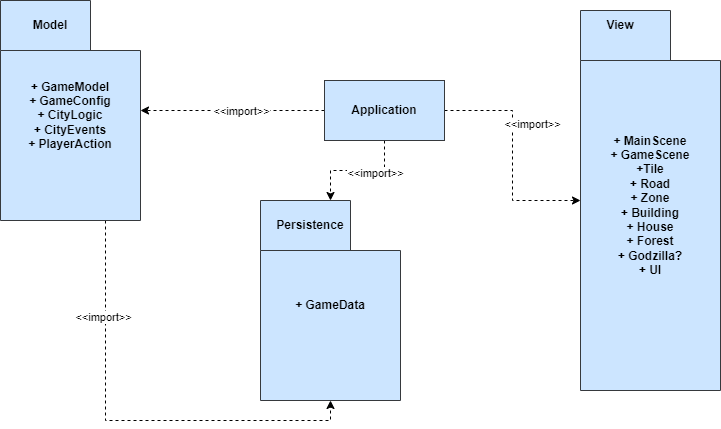
Earlier version of the draw.io export Documentation/diagrams/package_diagram.png (K-Kristof-work/test). Source tidied: cells renumbered, new cells last; positions are measured from the earlier drawing's top-left corner, leaving out a move shared by most shapes. Its diagram source:
```xml
<mxGraphModel>
  <root>
    <mxCell id="0" />
    <mxCell id="1" parent="0" />
    <mxCell id="2" style="edgeStyle=orthogonalEdgeStyle;rounded=0;jettySize=auto;html=1;exitX=0.75;exitY=1;exitDx=0;exitDy=0;exitPerimeter=0;entryX=0.5;entryY=1;entryDx=0;entryDy=0;entryPerimeter=0;dashed=1;" parent="1" edge="1" source="4" target="15">
      <mxGeometry relative="1" as="geometry" />
    </mxCell>
    <mxCell id="3" value="&amp;lt;&amp;lt;import&amp;gt;&amp;gt;" style="edgeLabel;html=1;align=center;verticalAlign=middle;" parent="2" vertex="1">
      <mxGeometry x="-0.57" y="-3" relative="1" as="geometry" />
    </mxCell>
    <mxCell id="4" value="+ GameModel&lt;br&gt;+ GameConfig&lt;br&gt;+ CityLogic&lt;br&gt;+ CityEvents&lt;br&gt;+ PlayerAction" style="shape=folder;fontStyle=1;spacingTop=10;tabWidth=90;tabHeight=50;tabPosition=left;html=1;whiteSpace=wrap;fillColor=#cce5ff;strokeColor=#36393d;" parent="1" vertex="1">
      <mxGeometry width="140" height="220" as="geometry" />
    </mxCell>
    <mxCell id="5" value="&lt;b&gt;Model&lt;/b&gt;" style="text;html=1;strokeColor=none;fillColor=none;align=center;verticalAlign=middle;whiteSpace=wrap;rounded=0;" parent="1" vertex="1">
      <mxGeometry x="20" y="10" width="60" height="30" as="geometry" />
    </mxCell>
    <mxCell id="6" style="edgeStyle=orthogonalEdgeStyle;rounded=0;jettySize=auto;html=1;dashed=1;" parent="1" edge="1" source="12" target="4">
      <mxGeometry relative="1" as="geometry" />
    </mxCell>
    <mxCell id="7" value="&amp;lt;&amp;lt;import&amp;gt;&amp;gt;" style="edgeLabel;html=1;align=center;verticalAlign=middle;" parent="6" vertex="1">
      <mxGeometry x="-0.46" relative="1" as="geometry">
        <mxPoint x="-34" as="offset" />
      </mxGeometry>
    </mxCell>
    <mxCell id="8" style="edgeStyle=orthogonalEdgeStyle;rounded=0;jettySize=auto;html=1;dashed=1;" parent="1" edge="1" source="12" target="13">
      <mxGeometry relative="1" as="geometry" />
    </mxCell>
    <mxCell id="9" value="&amp;lt;&amp;lt;import&amp;gt;&amp;gt;" style="edgeLabel;html=1;align=center;verticalAlign=middle;" parent="8" vertex="1">
      <mxGeometry x="-0.29" y="1" relative="1" as="geometry">
        <mxPoint x="18" y="1" as="offset" />
      </mxGeometry>
    </mxCell>
    <mxCell id="10" style="edgeStyle=orthogonalEdgeStyle;rounded=0;jettySize=auto;html=1;dashed=1;" parent="1" edge="1" source="12" target="15">
      <mxGeometry relative="1" as="geometry" />
    </mxCell>
    <mxCell id="11" value="&amp;lt;&amp;lt;import&amp;gt;&amp;gt;" style="edgeLabel;html=1;align=center;verticalAlign=middle;" parent="10" vertex="1">
      <mxGeometry x="-0.31" y="2" relative="1" as="geometry" />
    </mxCell>
    <mxCell id="12" value="&lt;b&gt;Application&lt;/b&gt;" style="rounded=0;whiteSpace=wrap;html=1;fillColor=#cce5ff;strokeColor=#36393d;" parent="1" vertex="1">
      <mxGeometry x="324" y="80" width="120" height="60" as="geometry" />
    </mxCell>
    <mxCell id="13" value="+ MainScene&lt;br&gt;+ GameScene&lt;br&gt;+Tile&lt;br&gt;+ Road&lt;br&gt;+ Zone&lt;br&gt;+ Building&lt;br&gt;+ House&lt;br&gt;+ Forest&lt;br&gt;+ Godzilla?&lt;br&gt;+ UI" style="shape=folder;fontStyle=1;spacingTop=10;tabWidth=90;tabHeight=50;tabPosition=left;html=1;whiteSpace=wrap;fillColor=#cce5ff;strokeColor=#36393d;" parent="1" vertex="1">
      <mxGeometry x="580" y="10" width="140" height="380" as="geometry" />
    </mxCell>
    <mxCell id="14" value="&lt;b&gt;View&lt;/b&gt;" style="text;html=1;strokeColor=none;fillColor=none;align=center;verticalAlign=middle;whiteSpace=wrap;rounded=0;" parent="1" vertex="1">
      <mxGeometry x="590" y="10" width="60" height="30" as="geometry" />
    </mxCell>
    <mxCell id="15" value="+ GameData" style="shape=folder;fontStyle=1;spacingTop=10;tabWidth=90;tabHeight=50;tabPosition=left;html=1;whiteSpace=wrap;fillColor=#cce5ff;strokeColor=#36393d;" parent="1" vertex="1">
      <mxGeometry x="260" y="200" width="140" height="200" as="geometry" />
    </mxCell>
    <mxCell id="16" value="&lt;b&gt;Persistence&lt;/b&gt;" style="text;html=1;strokeColor=none;fillColor=none;align=center;verticalAlign=middle;whiteSpace=wrap;rounded=0;" parent="1" vertex="1">
      <mxGeometry x="280" y="210" width="60" height="30" as="geometry" />
    </mxCell>
  </root>
</mxGraphModel>
```
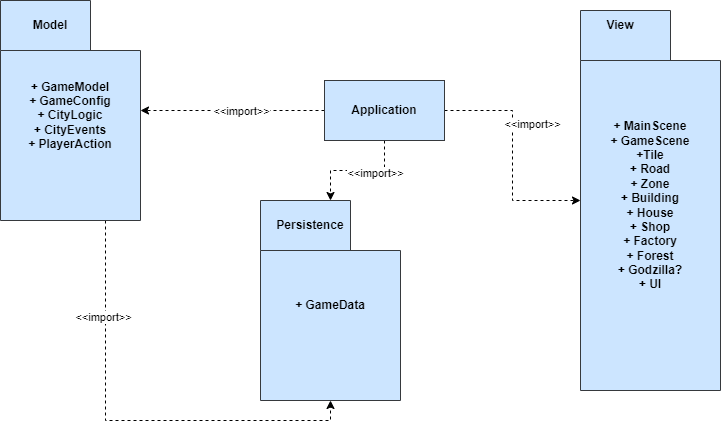
After the change.

Commit message:
package diagram update

The edit, as a diff of the source:
```diff
@@ -39,7 +39,7 @@
     <mxCell id="12" value="&lt;b&gt;Application&lt;/b&gt;" style="rounded=0;whiteSpace=wrap;html=1;fillColor=#cce5ff;strokeColor=#36393d;" parent="1" vertex="1">
       <mxGeometry x="324" y="80" width="120" height="60" as="geometry" />
     </mxCell>
-    <mxCell id="13" value="+ MainScene&lt;br&gt;+ GameScene&lt;br&gt;+Tile&lt;br&gt;+ Road&lt;br&gt;+ Zone&lt;br&gt;+ Building&lt;br&gt;+ House&lt;br&gt;+ Forest&lt;br&gt;+ Godzilla?&lt;br&gt;+ UI" style="shape=folder;fontStyle=1;spacingTop=10;tabWidth=90;tabHeight=50;tabPosition=left;html=1;whiteSpace=wrap;fillColor=#cce5ff;strokeColor=#36393d;" parent="1" vertex="1">
+    <mxCell id="13" value="+ MainScene&lt;br&gt;+ GameScene&lt;br&gt;+Tile&lt;br&gt;+ Road&lt;br&gt;+ Zone&lt;br&gt;+ Building&lt;br&gt;+ House&lt;br&gt;+ Shop&lt;br&gt;+ Factory&lt;br&gt;+ Forest&lt;br&gt;+ Godzilla?&lt;br&gt;+ UI" style="shape=folder;fontStyle=1;spacingTop=10;tabWidth=90;tabHeight=50;tabPosition=left;html=1;whiteSpace=wrap;fillColor=#cce5ff;strokeColor=#36393d;" parent="1" vertex="1">
       <mxGeometry x="580" y="10" width="140" height="380" as="geometry" />
     </mxCell>
     <mxCell id="14" value="&lt;b&gt;View&lt;/b&gt;" style="text;html=1;strokeColor=none;fillColor=none;align=center;verticalAlign=middle;whiteSpace=wrap;rounded=0;" parent="1" vertex="1">
```
